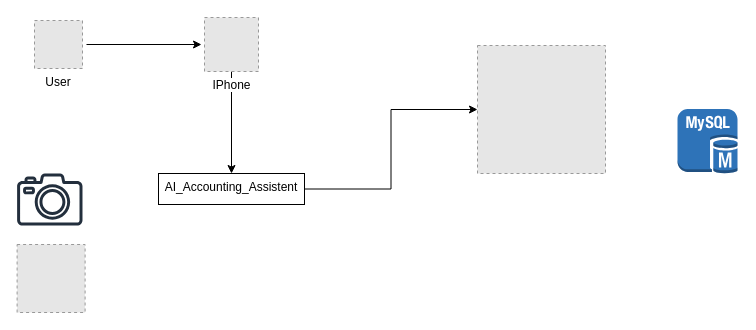
This is blueprint.drawio from WinterFlw/AI_Accounting_Assistant, a draw.io file, before an edit. Source tidied: cells renumbered, new cells numbered last; positions are measured from the earlier drawing's top-left corner, leaving out a move shared by most shapes. Both pictures are drawn from the tidied source at 100%, with x=0, y=0 at pixel (17, 17). Pictures stored in the file or linked from it are replaced by grey dashed boxes.
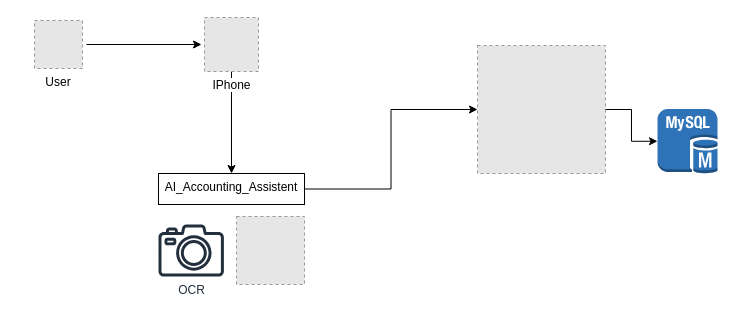
Above is the later version.

What changed in the source:
```diff
@@
 <mxGraphModel>
   <root>
     <mxCell id="0" />
     <mxCell id="1" parent="0" />
     <mxCell id="2" style="edgeStyle=orthogonalEdgeStyle;rounded=0;orthogonalLoop=1;jettySize=auto;html=1;" parent="1" edge="1">
       <mxGeometry relative="1" as="geometry">
         <mxPoint x="69" y="27" as="sourcePoint" />
         <mxPoint x="184" y="27" as="targetPoint" />
       </mxGeometry>
     </mxCell>
     <mxCell id="3" value="User" style="fillColor=#E6E6E6;strokeColor=#999999;dashed=1;verticalLabelPosition=bottom;verticalAlign=top;labelBackgroundColor=#ffffff;" parent="1" vertex="1">
       <mxGeometry x="17" y="3" width="48" height="48" as="geometry" />
     </mxCell>
     <mxCell id="4" style="edgeStyle=orthogonalEdgeStyle;rounded=0;jettySize=auto;html=1;" parent="1" edge="1" source="5" target="11">
       <mxGeometry relative="1" as="geometry" />
     </mxCell>
     <mxCell id="5" value="AI_Accounting_Assistent" style="whiteSpace=wrap;html=1;verticalAlign=top;labelBackgroundColor=#ffffff;" parent="1" vertex="1">
       <mxGeometry x="141" y="156" width="146" height="31" as="geometry" />
     </mxCell>
     <mxCell id="6" style="edgeStyle=orthogonalEdgeStyle;rounded=0;jettySize=auto;html=1;entryX=0.5;entryY=0;entryDx=0;entryDy=0;" parent="1" edge="1" source="7" target="5">
       <mxGeometry relative="1" as="geometry" />
     </mxCell>
     <mxCell id="7" value="IPhone&lt;br&gt;" style="fillColor=#E6E6E6;strokeColor=#999999;dashed=1;html=1;verticalAlign=top;verticalLabelPosition=bottom;labelBackgroundColor=#ffffff;" parent="1" vertex="1">
       <mxGeometry x="187" width="54" height="54" as="geometry" />
     </mxCell>
-    <mxCell id="8" style="sketch=0;fontColor=#232F3E;gradientColor=none;fillColor=#232F3D;strokeColor=none;dashed=0;verticalLabelPosition=bottom;verticalAlign=top;align=center;html=1;fontSize=12;fontStyle=0;shape=mxgraph.aws4.camera2;" parent="1" vertex="1">
-      <mxGeometry x="-0.4" y="156" width="65.4" height="52" as="geometry" />
+    <mxCell id="8" value="OCR" style="sketch=0;fontColor=#232F3E;gradientColor=none;fillColor=#232F3D;strokeColor=none;dashed=0;verticalLabelPosition=bottom;verticalAlign=top;align=center;html=1;fontSize=12;fontStyle=0;shape=mxgraph.aws4.camera2;" parent="1" vertex="1">
+      <mxGeometry x="141" y="207" width="65.4" height="52" as="geometry" />
     </mxCell>
     <mxCell id="9" style="fillColor=#E6E6E6;strokeColor=#999999;dashed=1;html=1;verticalAlign=top;verticalLabelPosition=bottom;labelBackgroundColor=#ffffff;" parent="1" vertex="1">
-      <mxGeometry x="-0.4" y="227" width="68" height="68" as="geometry" />
+      <mxGeometry x="219" y="199" width="68" height="68" as="geometry" />
     </mxCell>
     <mxCell id="10" style="outlineConnect=0;dashed=0;verticalLabelPosition=bottom;verticalAlign=top;align=center;html=1;shape=mxgraph.aws3.mysql_db_instance;fillColor=#2E73B8;gradientColor=none;" parent="1" vertex="1">
-      <mxGeometry x="660" y="91.5" width="60" height="64.5" as="geometry" />
+      <mxGeometry x="640" y="91.5" width="60" height="64.5" as="geometry" />
     </mxCell>
     <mxCell id="11" style="fillColor=#E6E6E6;strokeColor=#999999;dashed=1;html=1;verticalAlign=top;verticalLabelPosition=bottom;labelBackgroundColor=#ffffff;" parent="1" vertex="1">
       <mxGeometry x="460" y="28" width="128" height="128" as="geometry" />
     </mxCell>
+    <mxCell id="12" style="edgeStyle=orthogonalEdgeStyle;rounded=0;jettySize=auto;html=1;entryX=0;entryY=0.5;entryDx=0;entryDy=0;entryPerimeter=0;" parent="1" edge="1" source="11" target="10">
+      <mxGeometry relative="1" as="geometry" />
+    </mxCell>
   </root>
 </mxGraphModel>
```
